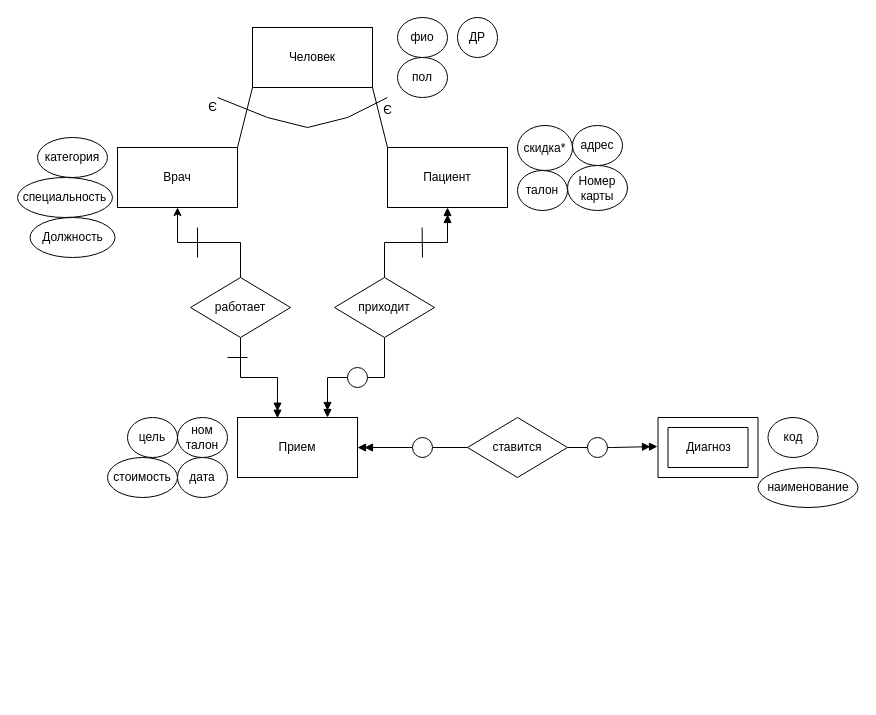
Earlier version of the draw.io diagram Диаграмма без названия.drawio (Vlad-Efremovv/ER-num1). Source tidied: cells renumbered, new cells numbered last; positions are measured from the earlier drawing's top-left corner, leaving out a move shared by most shapes. Both pictures are drawn from the tidied source at 100%, with x=0, y=0 at pixel (17, 17).
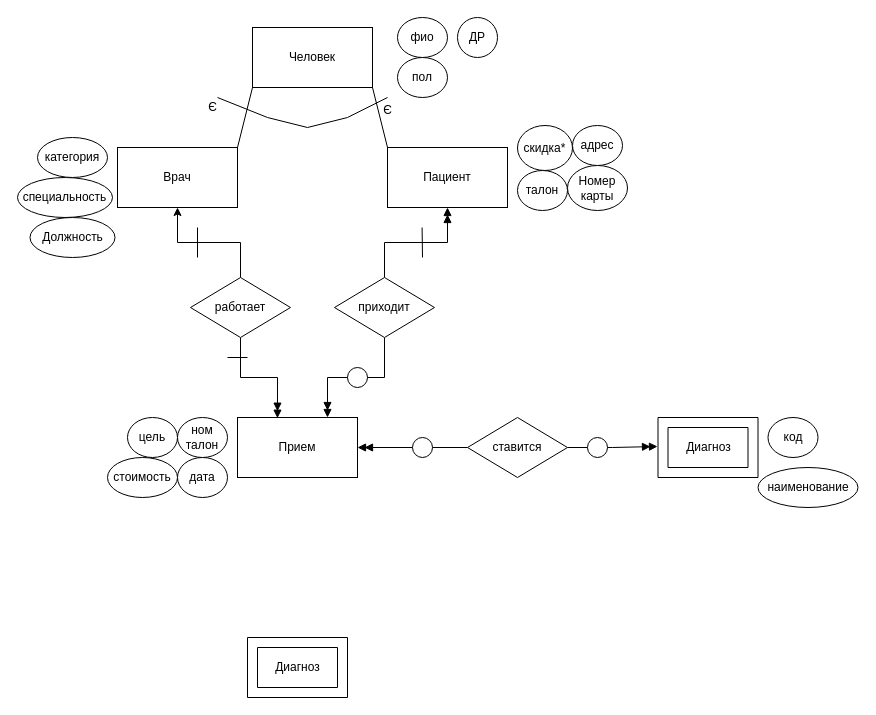
The same diagram, later.

Change to the diagram source:
```diff
@@
+    <mxCell id="45" style="verticalLabelPosition=bottom;verticalAlign=top;html=1;shape=mxgraph.basic.frame;dx=10;whiteSpace=wrap;" parent="1" vertex="1">
+      <mxGeometry x="230" y="620" width="100" height="60" as="geometry" />
+    </mxCell>
+    <mxCell id="46" value="Диагноз" style="text;html=1;align=center;verticalAlign=middle;strokeColor=none;fillColor=none;" parent="1" vertex="1">
+      <mxGeometry x="245" y="635" width="70" height="30" as="geometry" />
+    </mxCell>
```
